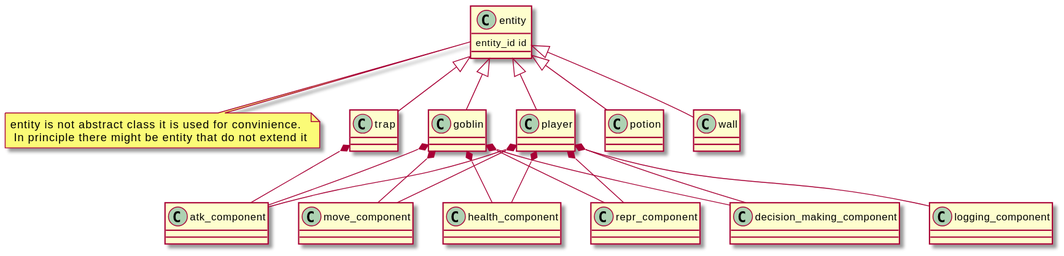
FrogOfJuly/rogue-like keeps this PlantUML diagram as uml/entityDigram.svg. Above is the earlier version. Source of this version:
```plantuml
@startuml entityDigram
    note "entity  is not abstract class it is used for convinience.\n In principle there might be entity that do not extend it" as N

    class entity {
        {field} entity_id id
    }
    entity .. N

    class player
    class potion
    class goblin
    class wall

    class move_component
    class atk_component
    class health_component
    class repr_component
    class decision_making_component
    class logging_component


    entity <|-- player
    entity <|-- goblin
    entity <|-- potion
    entity <|-- wall
    entity <|-- trap

    player *-- health_component
    player *-- atk_component
    player *-- move_component
    player *-- decision_making_component
    player *-- logging_component
    player *-- repr_component

    goblin *-- health_component
    goblin *-- atk_component
    goblin *-- move_component
    goblin *-- decision_making_component
    goblin *-- repr_component

    trap *-- atk_component

@enduml
```
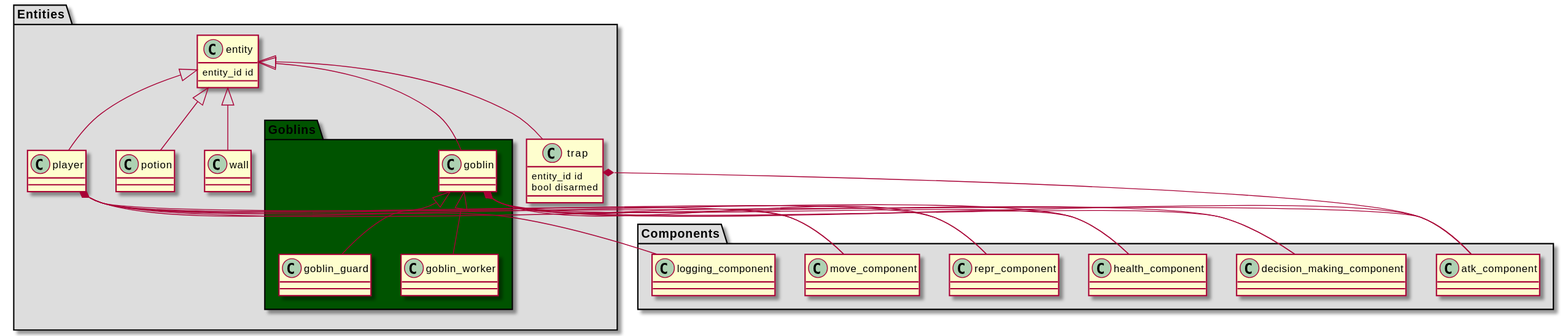
Later version of the same file.

The edit, as a diff of the source:
```diff
@@ -1,22 +1,32 @@
 @startuml entityDigram
-    note "entity  is not abstract class it is used for convinience.\n In principle there might be entity that do not extend it" as N
+    package "Components" #DDDDDD {
+        class move_component
+        class atk_component
+        class health_component
+        class repr_component
+        class decision_making_component
+        class logging_component
+    }
+    package "Entities" #DDDDDD {
+        class entity {
+            {field} entity_id id
+        }
 
-    class entity {
-        {field} entity_id id
+        class player
+        class potion
+        class wall
+        class trap {
+            {field} entity_id id
+            {field} bool disarmed
+        }
+        package "Goblins" #005300{
+            class goblin
+            class goblin_guard
+            class goblin_worker
+        }
     }
-    entity .. N
 
-    class player
-    class potion
-    class goblin
-    class wall
 
-    class move_component
-    class atk_component
-    class health_component
-    class repr_component
-    class decision_making_component
-    class logging_component
 
 
     entity <|-- player
@@ -24,6 +34,9 @@
     entity <|-- potion
     entity <|-- wall
     entity <|-- trap
+
+    goblin <|-- goblin_guard
+    goblin <|-- goblin_worker
 
     player *-- health_component
     player *-- atk_component
```
